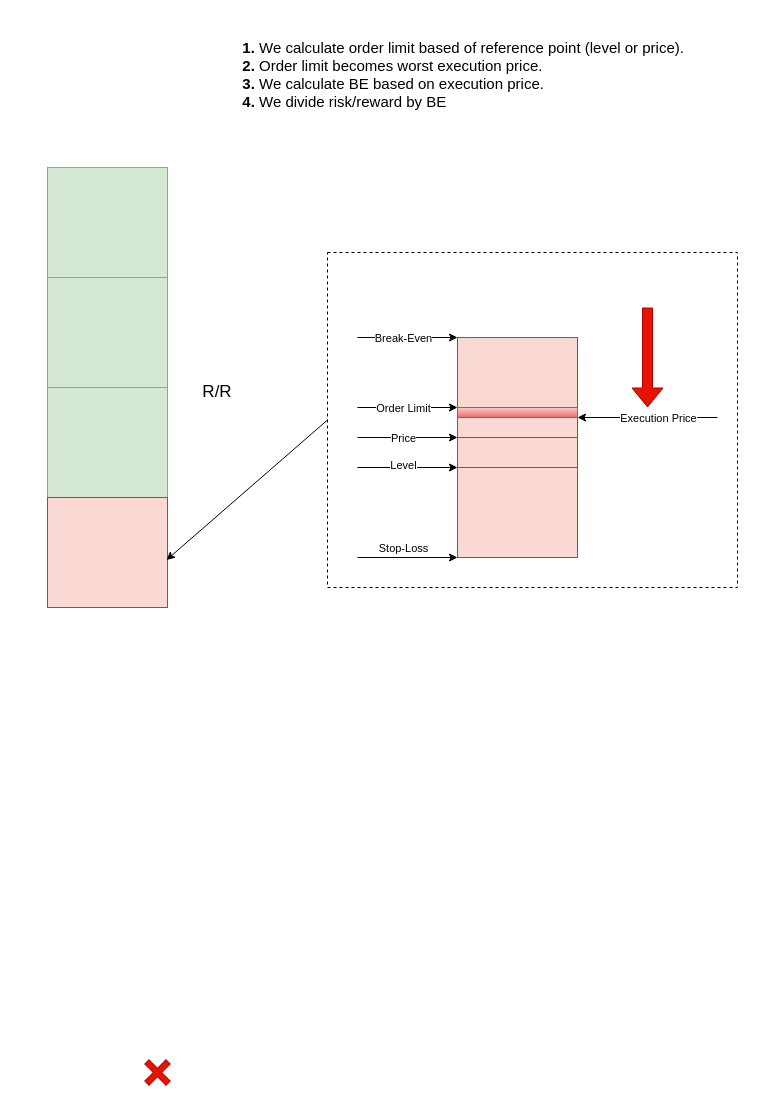
The draw.io diagram reference point.drawio in utamons/trade, before the edit. Source tidied: cells renumbered, new cells numbered last; positions are measured from the earlier drawing's top-left corner, leaving out a move shared by most shapes. Both pictures are drawn from the tidied source at 100%, with x=0, y=0 at pixel (47, 17).
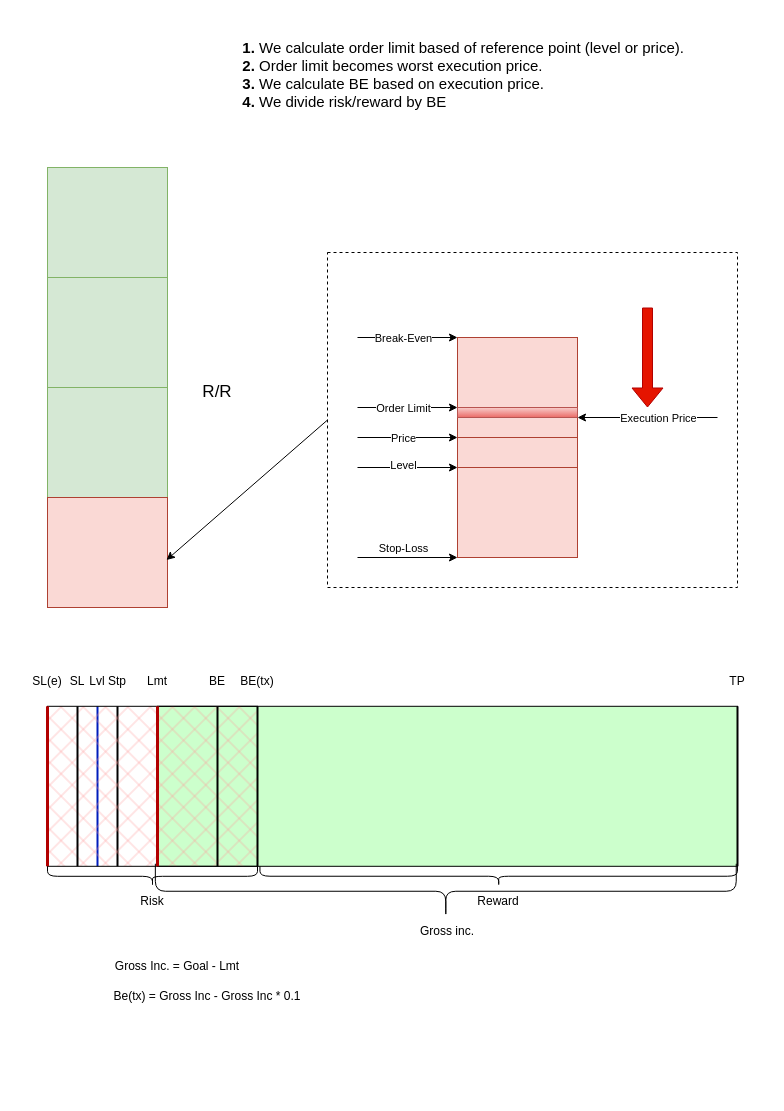
After the change.

The edit, as a diff of the source:
```diff
@@
+    <mxCell id="29" style="rounded=0;whiteSpace=wrap;html=1;fillStyle=auto;fillColor=#CCFFCC;" parent="1" vertex="1">
+      <mxGeometry x="110" y="688.8" width="580" height="160" as="geometry" />
+    </mxCell>
+    <mxCell id="30" style="group;" parent="1" vertex="1">
+      <mxGeometry x="20" y="648.8" width="60" height="200" as="geometry" />
+    </mxCell>
+    <mxCell id="31" style="endArrow=none;html=1;rounded=0;strokeWidth=2;fillColor=#0050ef;strokeColor=#001DBC;" parent="30" edge="1">
+      <mxGeometry relative="1" as="geometry">
+        <mxPoint x="30" y="200" as="sourcePoint" />
+        <mxPoint x="30" y="40" as="targetPoint" />
+      </mxGeometry>
+    </mxCell>
+    <mxCell id="32" value="Lvl" style="text;html=1;align=center;verticalAlign=middle;whiteSpace=wrap;rounded=0;" parent="30" vertex="1">
+      <mxGeometry width="60" height="30" as="geometry" />
+    </mxCell>
@@
-    <mxCell id="5" style="shape=cross;whiteSpace=wrap;html=1;rotation=45;fillColor=#e51400;fontColor=#ffffff;strokeColor=#B20000;" parent="1" vertex="1">
-      <mxGeometry x="95" y="1040" width="30" height="30" as="geometry" />
-    </mxCell>
@@
+    <mxCell id="33" style="group;" parent="1" vertex="1">
+      <mxGeometry x="40" y="648.8" width="170" height="200" as="geometry" />
+    </mxCell>
+    <mxCell id="34" style="endArrow=none;html=1;rounded=0;strokeWidth=2;" parent="33" edge="1">
+      <mxGeometry relative="1" as="geometry">
+        <mxPoint x="30" y="200" as="sourcePoint" />
+        <mxPoint x="30" y="40" as="targetPoint" />
+      </mxGeometry>
+    </mxCell>
+    <mxCell id="35" value="Stp" style="text;html=1;align=center;verticalAlign=middle;whiteSpace=wrap;rounded=0;" parent="33" vertex="1">
+      <mxGeometry width="60" height="30" as="geometry" />
+    </mxCell>
+    <mxCell id="36" style="rounded=0;whiteSpace=wrap;html=1;fillStyle=cross-hatch;fillColor=#FF9999;" parent="33" vertex="1">
+      <mxGeometry x="-40" y="40" width="210" height="160" as="geometry" />
+    </mxCell>
+    <mxCell id="37" style="group;" parent="1" vertex="1">
+      <mxGeometry x="140" y="648.8" width="60" height="200" as="geometry" />
+    </mxCell>
+    <mxCell id="38" style="endArrow=none;html=1;rounded=0;strokeWidth=2;" parent="37" edge="1">
+      <mxGeometry relative="1" as="geometry">
+        <mxPoint x="30" y="200" as="sourcePoint" />
+        <mxPoint x="30" y="40" as="targetPoint" />
+      </mxGeometry>
+    </mxCell>
+    <mxCell id="39" value="BE" style="text;html=1;align=center;verticalAlign=middle;whiteSpace=wrap;rounded=0;" parent="37" vertex="1">
+      <mxGeometry width="60" height="30" as="geometry" />
+    </mxCell>
+    <mxCell id="40" style="group;" parent="1" vertex="1">
+      <mxGeometry y="648.8" width="60" height="200" as="geometry" />
+    </mxCell>
+    <mxCell id="41" style="endArrow=none;html=1;rounded=0;strokeWidth=2;" parent="40" edge="1">
+      <mxGeometry relative="1" as="geometry">
+        <mxPoint x="30" y="200" as="sourcePoint" />
+        <mxPoint x="30" y="40" as="targetPoint" />
+      </mxGeometry>
+    </mxCell>
+    <mxCell id="42" value="SL" style="text;html=1;align=center;verticalAlign=middle;whiteSpace=wrap;rounded=0;" parent="40" vertex="1">
+      <mxGeometry width="60" height="30" as="geometry" />
+    </mxCell>
+    <mxCell id="43" style="endArrow=none;html=1;rounded=0;strokeWidth=3;fillColor=#e51400;strokeColor=#B20000;" parent="1" edge="1">
+      <mxGeometry relative="1" as="geometry">
+        <mxPoint x="110" y="848.8" as="sourcePoint" />
+        <mxPoint x="110" y="688.8" as="targetPoint" />
+      </mxGeometry>
+    </mxCell>
+    <mxCell id="44" value="Lmt" style="text;html=1;align=center;verticalAlign=middle;whiteSpace=wrap;rounded=0;" parent="1" vertex="1">
+      <mxGeometry x="80" y="648.8" width="60" height="30" as="geometry" />
+    </mxCell>
+    <mxCell id="45" style="endArrow=none;html=1;rounded=0;strokeWidth=3;fillColor=#e51400;strokeColor=#B20000;" parent="1" edge="1">
+      <mxGeometry relative="1" as="geometry">
+        <mxPoint y="848.8" as="sourcePoint" />
+        <mxPoint y="688.8" as="targetPoint" />
+      </mxGeometry>
+    </mxCell>
+    <mxCell id="46" value="SL(e)" style="text;html=1;align=center;verticalAlign=middle;whiteSpace=wrap;rounded=0;" parent="1" vertex="1">
+      <mxGeometry x="-30" y="648.8" width="60" height="30" as="geometry" />
+    </mxCell>
+    <mxCell id="47" value="Risk" style="text;html=1;align=center;verticalAlign=middle;whiteSpace=wrap;rounded=0;" parent="1" vertex="1">
+      <mxGeometry x="75" y="868.8" width="60" height="30" as="geometry" />
+    </mxCell>
+    <mxCell id="48" style="group;" parent="1" vertex="1">
+      <mxGeometry x="660" y="648.8" width="60" height="200" as="geometry" />
+    </mxCell>
+    <mxCell id="49" style="endArrow=none;html=1;rounded=0;strokeWidth=2;" parent="48" edge="1">
+      <mxGeometry relative="1" as="geometry">
+        <mxPoint x="30" y="200" as="sourcePoint" />
+        <mxPoint x="30" y="40" as="targetPoint" />
+      </mxGeometry>
+    </mxCell>
+    <mxCell id="50" value="TP" style="text;html=1;align=center;verticalAlign=middle;whiteSpace=wrap;rounded=0;" parent="48" vertex="1">
+      <mxGeometry width="60" height="30" as="geometry" />
+    </mxCell>
+    <mxCell id="51" style="group;" parent="1" vertex="1">
+      <mxGeometry x="180" y="648.8" width="60" height="200" as="geometry" />
+    </mxCell>
+    <mxCell id="52" style="endArrow=none;html=1;rounded=0;strokeWidth=2;" parent="51" edge="1">
+      <mxGeometry relative="1" as="geometry">
+        <mxPoint x="30" y="200" as="sourcePoint" />
+        <mxPoint x="30" y="40" as="targetPoint" />
+      </mxGeometry>
+    </mxCell>
+    <mxCell id="53" value="BE(tx)" style="text;html=1;align=center;verticalAlign=middle;whiteSpace=wrap;rounded=0;" parent="51" vertex="1">
+      <mxGeometry width="60" height="30" as="geometry" />
+    </mxCell>
+    <mxCell id="54" style="shape=curlyBracket;whiteSpace=wrap;html=1;rounded=1;labelPosition=left;verticalLabelPosition=middle;align=right;verticalAlign=middle;rotation=-90;" parent="1" vertex="1">
+      <mxGeometry x="95" y="753.8" width="20" height="210" as="geometry" />
+    </mxCell>
+    <mxCell id="55" style="shape=curlyBracket;whiteSpace=wrap;html=1;rounded=1;labelPosition=left;verticalLabelPosition=middle;align=right;verticalAlign=middle;rotation=-90;" parent="1" vertex="1">
+      <mxGeometry x="441.2" y="620" width="20" height="477.5" as="geometry" />
+    </mxCell>
+    <mxCell id="56" value="Reward" style="text;html=1;align=center;verticalAlign=middle;whiteSpace=wrap;rounded=0;" parent="1" vertex="1">
+      <mxGeometry x="421.2" y="868.8" width="60" height="30" as="geometry" />
+    </mxCell>
+    <mxCell id="57" style="shape=curlyBracket;whiteSpace=wrap;html=1;rounded=1;labelPosition=left;verticalLabelPosition=middle;align=right;verticalAlign=middle;rotation=-90;" parent="1" vertex="1">
+      <mxGeometry x="370.8" y="583.3" width="55" height="580.9" as="geometry" />
+    </mxCell>
+    <mxCell id="58" value="Gross inc." style="text;html=1;align=center;verticalAlign=middle;whiteSpace=wrap;rounded=0;" parent="1" vertex="1">
+      <mxGeometry x="370" y="898.8" width="60" height="30" as="geometry" />
+    </mxCell>
+    <mxCell id="59" value="Gross Inc. = Goal - Lmt" style="text;html=1;align=center;verticalAlign=middle;whiteSpace=wrap;rounded=0;" parent="1" vertex="1">
+      <mxGeometry y="933.8" width="260" height="30" as="geometry" />
+    </mxCell>
+    <mxCell id="60" value="Be(tx) = Gross Inc - Gross Inc * 0.1" style="text;html=1;align=center;verticalAlign=middle;whiteSpace=wrap;rounded=0;" parent="1" vertex="1">
+      <mxGeometry x="30" y="963.8" width="260" height="30" as="geometry" />
+    </mxCell>
```
